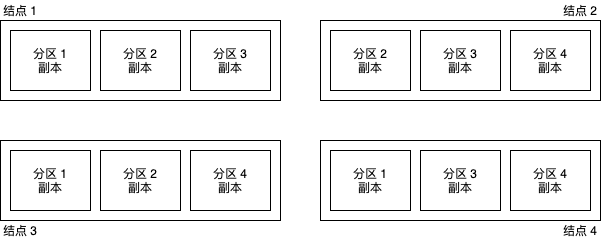
Above: static/img/dbms/data-partition.png in h2cone/blog (draw.io), before the change. Source tidied: cells renumbered, new cells last; positions are measured from the earlier drawing's top-left corner, leaving out a move shared by most shapes.
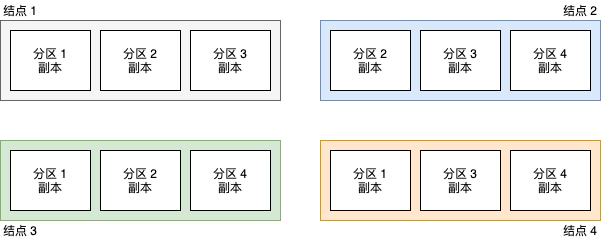
The same file after the commit.

Diff of the diagram source:
```diff
@@ -2,7 +2,7 @@
   <root>
     <mxCell id="0" />
     <mxCell id="1" parent="0" />
-    <mxCell id="2" style="rounded=0;whiteSpace=wrap;html=1;" parent="1" vertex="1">
+    <mxCell id="2" style="rounded=0;whiteSpace=wrap;html=1;fillColor=#f5f5f5;strokeColor=#666666;fontColor=#333333;" parent="1" vertex="1">
       <mxGeometry y="20" width="280" height="80" as="geometry" />
     </mxCell>
     <mxCell id="3" value="分区 1&lt;br&gt;副本" style="rounded=0;whiteSpace=wrap;html=1;" parent="1" vertex="1">
@@ -14,7 +14,7 @@
     <mxCell id="5" value="分区 3&lt;br&gt;副本" style="rounded=0;whiteSpace=wrap;html=1;" parent="1" vertex="1">
       <mxGeometry x="190" y="30" width="80" height="60" as="geometry" />
     </mxCell>
-    <mxCell id="6" style="rounded=0;whiteSpace=wrap;html=1;" parent="1" vertex="1">
+    <mxCell id="6" style="rounded=0;whiteSpace=wrap;html=1;fillColor=#dae8fc;strokeColor=#6c8ebf;" parent="1" vertex="1">
       <mxGeometry x="320" y="20" width="280" height="80" as="geometry" />
     </mxCell>
     <mxCell id="7" value="分区 2&lt;br&gt;副本" style="rounded=0;whiteSpace=wrap;html=1;" parent="1" vertex="1">
@@ -26,7 +26,7 @@
     <mxCell id="9" value="分区 4&lt;br&gt;副本" style="rounded=0;whiteSpace=wrap;html=1;" parent="1" vertex="1">
       <mxGeometry x="510" y="30" width="80" height="60" as="geometry" />
     </mxCell>
-    <mxCell id="10" style="rounded=0;whiteSpace=wrap;html=1;" parent="1" vertex="1">
+    <mxCell id="10" style="rounded=0;whiteSpace=wrap;html=1;fillColor=#d5e8d4;strokeColor=#82b366;" parent="1" vertex="1">
       <mxGeometry y="140" width="280" height="80" as="geometry" />
     </mxCell>
     <mxCell id="11" value="分区 1&lt;br&gt;副本" style="rounded=0;whiteSpace=wrap;html=1;" parent="1" vertex="1">
@@ -38,7 +38,7 @@
     <mxCell id="13" value="分区 4&lt;br&gt;副本" style="rounded=0;whiteSpace=wrap;html=1;" parent="1" vertex="1">
       <mxGeometry x="190" y="150" width="80" height="60" as="geometry" />
     </mxCell>
-    <mxCell id="14" style="rounded=0;whiteSpace=wrap;html=1;" parent="1" vertex="1">
+    <mxCell id="14" style="rounded=0;whiteSpace=wrap;html=1;fillColor=#ffe6cc;strokeColor=#d79b00;" parent="1" vertex="1">
       <mxGeometry x="320" y="140" width="280" height="80" as="geometry" />
     </mxCell>
     <mxCell id="15" value="分区 1&lt;br&gt;副本" style="rounded=0;whiteSpace=wrap;html=1;" parent="1" vertex="1">
```
